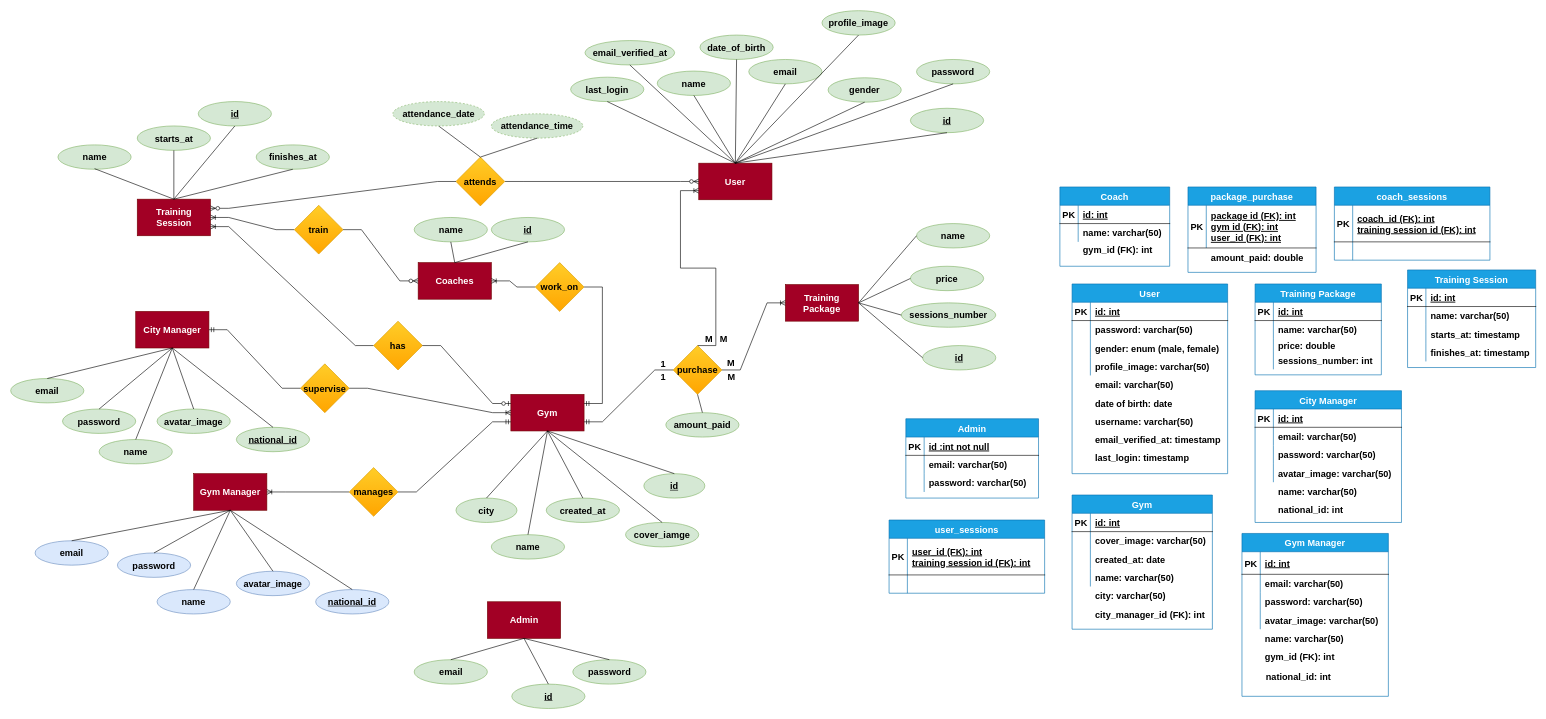
Before: 00.utilities/gym.drawio in ahmedelshopaky/Laravel-Simple-Gym-System, a draw.io diagram. Source tidied: cells renumbered, new cells numbered last; positions are measured from the earlier drawing's top-left corner, leaving out a move shared by most shapes. Both pictures are drawn from the tidied source at 61%, with x=0, y=0 at pixel (10, 10).
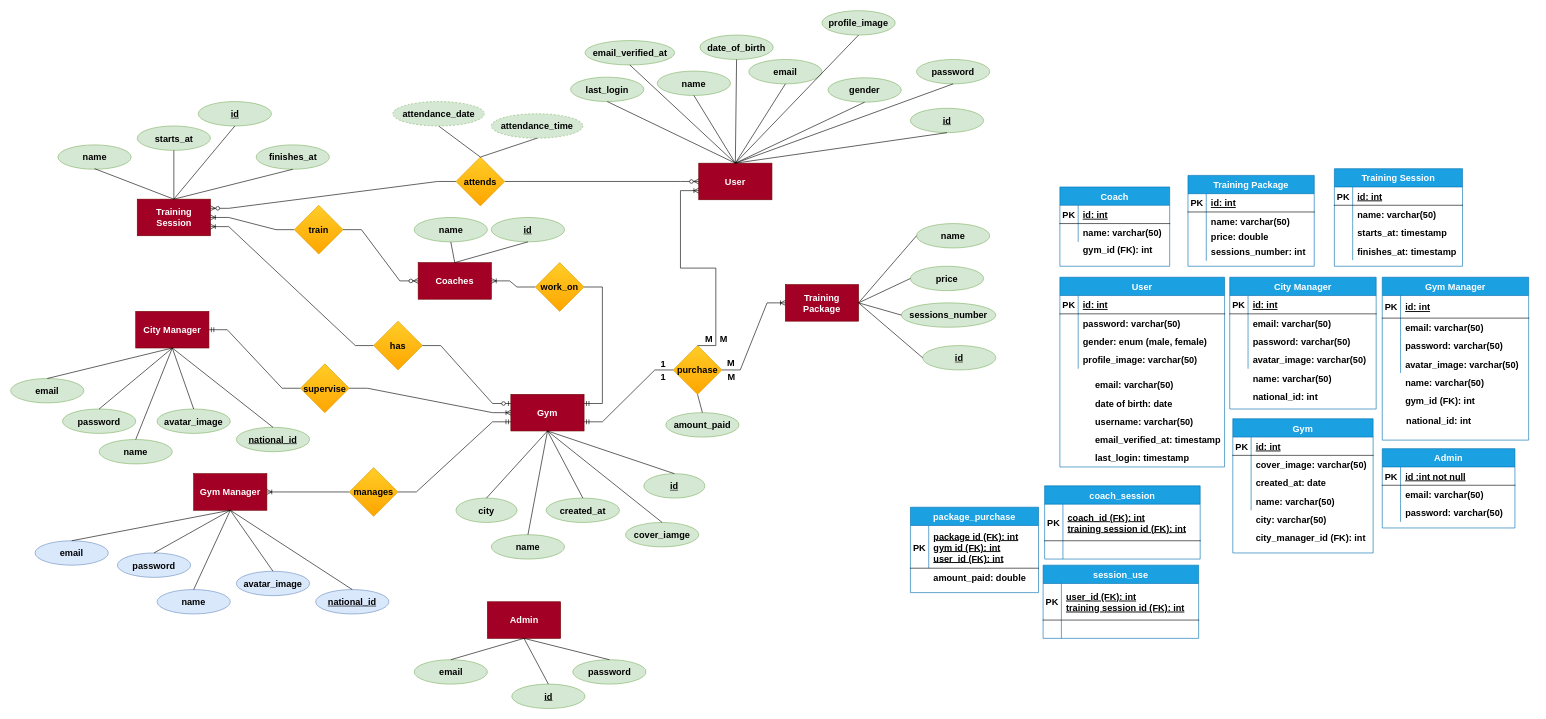
The same diagram, later.

Change to the diagram source:
```diff
@@
     <mxCell id="88" value="Admin" style="shape=table;startSize=30;childLayout=tableLayout;rowLines=0;fontStyle=1;align=center;fillColor=#1ba1e2;strokeColor=#006EAF;fontColor=#ffffff;fontSize=15;fontFamily=Helvetica;" parent="1" vertex="1">
-      <mxGeometry x="1467.5" y="669" width="217.5" height="130" as="geometry" />
+      <mxGeometry x="2248.5" y="718" width="217.5" height="130" as="geometry" />
     </mxCell>
@@
     <mxCell id="100" value="Gym Manager" style="shape=table;startSize=30;childLayout=tableLayout;rowLines=0;fontStyle=1;align=center;fillColor=#1ba1e2;fontColor=#ffffff;strokeColor=#006EAF;fontSize=15;fontFamily=Helvetica;" parent="1" vertex="1">
-      <mxGeometry x="2018.5" y="857" width="240" height="267" as="geometry" />
+      <mxGeometry x="2248.5" y="437" width="240" height="267" as="geometry" />
     </mxCell>
@@
     <mxCell id="113" value="name: varchar(50)" style="shape=partialRectangle;fillColor=none;top=0;left=0;bottom=0;right=0;align=left;spacingLeft=6;overflow=hidden;fontSize=15;fontStyle=1;fontFamily=Helvetica;" parent="1" vertex="1">
-      <mxGeometry x="2048.5" y="1014" width="220" height="30" as="geometry" />
+      <mxGeometry x="2278.5" y="594" width="220" height="30" as="geometry" />
     </mxCell>
     <mxCell id="114" value="Gym" style="shape=table;startSize=30;childLayout=tableLayout;rowLines=0;fontStyle=1;align=center;fillColor=#1ba1e2;fontColor=#ffffff;strokeColor=#006EAF;fontSize=15;fontFamily=Helvetica;" parent="1" vertex="1">
-      <mxGeometry x="1740" y="794" width="230" height="220" as="geometry" />
+      <mxGeometry x="2003.5" y="669" width="230" height="220" as="geometry" />
     </mxCell>
@@
     <mxCell id="134" value="Training Package" style="shape=table;startSize=30;childLayout=tableLayout;rowLines=0;fontStyle=1;align=center;fillColor=#1ba1e2;fontColor=#ffffff;strokeColor=#006EAF;fontSize=15;fontFamily=Helvetica;" parent="1" vertex="1">
-      <mxGeometry x="2040" y="448" width="207" height="149" as="geometry" />
+      <mxGeometry x="1930" y="270" width="207" height="149" as="geometry" />
     </mxCell>
@@
     <mxCell id="147" value="Training Session" style="shape=table;startSize=30;childLayout=tableLayout;rowLines=0;fontStyle=1;align=center;fillColor=#1ba1e2;fontColor=#ffffff;strokeColor=#006EAF;fontSize=15;fontFamily=Helvetica;" parent="1" vertex="1">
-      <mxGeometry x="2290" y="425" width="210" height="160" as="geometry" />
+      <mxGeometry x="2170" y="259" width="210" height="160" as="geometry" />
     </mxCell>
@@
     <mxCell id="160" value="User" style="shape=table;startSize=30;childLayout=tableLayout;rowLines=0;fontStyle=1;align=center;fillColor=#1ba1e2;fontColor=#ffffff;strokeColor=#006EAF;fontSize=15;fontFamily=Helvetica;" parent="1" vertex="1">
-      <mxGeometry x="1740" y="448" width="255" height="311" as="geometry" />
+      <mxGeometry x="1720" y="437" width="270" height="311" as="geometry" />
     </mxCell>
     <mxCell id="161" style="shape=tableRow;horizontal=0;startSize=0;swimlaneHead=0;swimlaneBody=0;fillColor=none;top=0;left=0;right=0;bottom=1;fontSize=15;fontStyle=1;fontFamily=Helvetica;" parent="160" vertex="1">
-      <mxGeometry y="30" width="255" height="30" as="geometry" />
+      <mxGeometry y="30" width="270" height="30" as="geometry" />
     </mxCell>
@@
     <mxCell id="163" value="id: int" style="shape=partialRectangle;fillColor=none;top=0;left=0;bottom=0;right=0;align=left;spacingLeft=6;fontStyle=5;overflow=hidden;fontSize=15;fontFamily=Helvetica;" parent="161" vertex="1">
-      <mxGeometry x="30" width="225" height="30" as="geometry" />
+      <mxGeometry x="30" width="240" height="30" as="geometry" />
     </mxCell>
     <mxCell id="164" style="shape=tableRow;horizontal=0;startSize=0;swimlaneHead=0;swimlaneBody=0;fillColor=none;top=0;left=0;right=0;bottom=0;fontSize=15;fontStyle=1;fontFamily=Helvetica;" parent="160" vertex="1">
-      <mxGeometry y="60" width="255" height="30" as="geometry" />
+      <mxGeometry y="60" width="270" height="30" as="geometry" />
     </mxCell>
@@
     <mxCell id="166" value="password: varchar(50)" style="shape=partialRectangle;fillColor=none;top=0;left=0;bottom=0;right=0;align=left;spacingLeft=6;overflow=hidden;fontSize=15;fontStyle=1;fontFamily=Helvetica;" parent="164" vertex="1">
-      <mxGeometry x="30" width="225" height="30" as="geometry" />
+      <mxGeometry x="30" width="240" height="30" as="geometry" />
     </mxCell>
     <mxCell id="167" style="shape=tableRow;horizontal=0;startSize=0;swimlaneHead=0;swimlaneBody=0;fillColor=none;top=0;left=0;right=0;bottom=0;fontSize=15;fontStyle=1;fontFamily=Helvetica;" parent="160" vertex="1">
-      <mxGeometry y="90" width="255" height="30" as="geometry" />
+      <mxGeometry y="90" width="270" height="30" as="geometry" />
     </mxCell>
@@
     <mxCell id="169" value="gender: enum (male, female)" style="shape=partialRectangle;fillColor=none;top=0;left=0;bottom=0;right=0;align=left;spacingLeft=6;overflow=hidden;fontSize=15;fontStyle=1;fontFamily=Helvetica;" parent="167" vertex="1">
-      <mxGeometry x="30" width="225" height="30" as="geometry" />
+      <mxGeometry x="30" width="240" height="30" as="geometry" />
     </mxCell>
     <mxCell id="170" style="shape=tableRow;horizontal=0;startSize=0;swimlaneHead=0;swimlaneBody=0;fillColor=none;top=0;left=0;right=0;bottom=0;fontSize=15;fontStyle=1;fontFamily=Helvetica;" parent="160" vertex="1">
-      <mxGeometry y="120" width="255" height="30" as="geometry" />
+      <mxGeometry y="120" width="270" height="30" as="geometry" />
     </mxCell>
@@
     <mxCell id="172" value="profile_image: varchar(50)" style="shape=partialRectangle;fillColor=none;top=0;left=0;bottom=0;right=0;align=left;spacingLeft=6;overflow=hidden;fontSize=15;fontStyle=1;fontFamily=Helvetica;" parent="170" vertex="1">
-      <mxGeometry x="30" width="225" height="30" as="geometry" />
+      <mxGeometry x="30" width="240" height="30" as="geometry" />
     </mxCell>
@@
-    <mxCell id="176" value="user_sessions" style="shape=table;startSize=30;childLayout=tableLayout;rowLines=0;fontStyle=1;align=center;fillColor=#1ba1e2;fontColor=#ffffff;strokeColor=#006EAF;fontSize=15;fontFamily=Helvetica;" parent="1" vertex="1">
-      <mxGeometry x="1440" y="835" width="255" height="120" as="geometry" />
+    <mxCell id="176" value="session_use" style="shape=table;startSize=30;childLayout=tableLayout;rowLines=0;fontStyle=1;align=center;fillColor=#1ba1e2;fontColor=#ffffff;strokeColor=#006EAF;fontSize=15;fontFamily=Helvetica;" parent="1" vertex="1">
+      <mxGeometry x="1692.5" y="909" width="255" height="120" as="geometry" />
     </mxCell>
@@
     <mxCell id="183" value="gym_id (FK): int" style="shape=partialRectangle;fillColor=none;top=0;left=0;bottom=0;right=0;align=left;spacingLeft=6;overflow=hidden;fontSize=15;fontStyle=1;fontFamily=Helvetica;" parent="1" vertex="1">
-      <mxGeometry x="2048.5" y="1044" width="150" height="30" as="geometry" />
+      <mxGeometry x="2278.5" y="624" width="150" height="30" as="geometry" />
     </mxCell>
     <mxCell id="184" value="city: varchar(50)" style="shape=partialRectangle;fillColor=none;top=0;left=0;bottom=0;right=0;align=left;spacingLeft=6;overflow=hidden;fontSize=15;fontStyle=1;fontFamily=Helvetica;" parent="1" vertex="1">
-      <mxGeometry x="1770" y="944" width="150" height="30" as="geometry" />
+      <mxGeometry x="2033.5" y="819" width="150" height="30" as="geometry" />
     </mxCell>
@@
     <mxCell id="188" value="package_purchase" style="shape=table;startSize=30;childLayout=tableLayout;rowLines=0;fontStyle=1;align=center;fillColor=#1ba1e2;fontColor=#ffffff;strokeColor=#006EAF;fontSize=15;fontFamily=Helvetica;" parent="1" vertex="1">
-      <mxGeometry x="1930" y="289" width="210" height="140" as="geometry" />
+      <mxGeometry x="1475" y="814" width="210" height="140" as="geometry" />
     </mxCell>
@@
     <mxCell id="208" value="City Manager" style="shape=table;startSize=30;childLayout=tableLayout;rowLines=0;fontStyle=1;align=center;fillColor=#1ba1e2;fontColor=#ffffff;strokeColor=#006EAF;fontSize=15;fontFamily=Helvetica;" parent="1" vertex="1">
-      <mxGeometry x="2040" y="623" width="240" height="216" as="geometry" />
+      <mxGeometry x="1998.5" y="437" width="240" height="216" as="geometry" />
     </mxCell>
@@
     <mxCell id="221" value="name: varchar(50)" style="shape=partialRectangle;fillColor=none;top=0;left=0;bottom=0;right=0;align=left;spacingLeft=6;overflow=hidden;fontSize=15;fontStyle=1;fontFamily=Helvetica;" parent="1" vertex="1">
-      <mxGeometry x="2070" y="773" width="220" height="30" as="geometry" />
+      <mxGeometry x="2028.5" y="587" width="220" height="30" as="geometry" />
     </mxCell>
     <mxCell id="222" value="city_manager_id (FK): int" style="shape=partialRectangle;fillColor=none;top=0;left=0;bottom=0;right=0;align=left;spacingLeft=6;overflow=hidden;fontSize=15;fontStyle=1;fontFamily=Helvetica;" parent="1" vertex="1">
-      <mxGeometry x="1770" y="974" width="190" height="30" as="geometry" />
+      <mxGeometry x="2033.5" y="849" width="190" height="30" as="geometry" />
     </mxCell>
@@
     <mxCell id="225" value="amount_paid: double" style="shape=partialRectangle;fillColor=none;top=0;left=0;bottom=0;right=0;align=left;spacingLeft=6;overflow=hidden;fontSize=15;fontStyle=1;fontFamily=Helvetica;" parent="1" vertex="1">
-      <mxGeometry x="1960" y="389" width="170" height="30" as="geometry" />
+      <mxGeometry x="1505" y="914" width="170" height="30" as="geometry" />
     </mxCell>
@@
-    <mxCell id="233" value="coach_sessions" style="shape=table;startSize=30;childLayout=tableLayout;rowLines=0;fontStyle=1;align=center;fillColor=#1ba1e2;fontColor=#ffffff;strokeColor=#006EAF;fontSize=15;fontFamily=Helvetica;" parent="1" vertex="1">
-      <mxGeometry x="2170" y="289" width="255" height="120" as="geometry" />
+    <mxCell id="233" value="coach_session" style="shape=table;startSize=30;childLayout=tableLayout;rowLines=0;fontStyle=1;align=center;fillColor=#1ba1e2;fontColor=#ffffff;strokeColor=#006EAF;fontSize=15;fontFamily=Helvetica;" parent="1" vertex="1">
+      <mxGeometry x="1695" y="779" width="255" height="120" as="geometry" />
     </mxCell>
@@
     <mxCell id="243" value="national_id: int" style="shape=partialRectangle;fillColor=none;top=0;left=0;bottom=0;right=0;align=left;spacingLeft=6;overflow=hidden;fontSize=15;fontStyle=1;fontFamily=Helvetica;" parent="1" vertex="1">
-      <mxGeometry x="2070" y="803" width="220" height="30" as="geometry" />
+      <mxGeometry x="2028.5" y="617" width="220" height="30" as="geometry" />
     </mxCell>
     <mxCell id="244" value="national_id: int" style="shape=partialRectangle;fillColor=none;top=0;left=0;bottom=0;right=0;align=left;spacingLeft=6;overflow=hidden;fontSize=15;fontStyle=1;fontFamily=Helvetica;" parent="1" vertex="1">
-      <mxGeometry x="2050" y="1076" width="220" height="30" as="geometry" />
+      <mxGeometry x="2280" y="656" width="220" height="30" as="geometry" />
     </mxCell>
```
